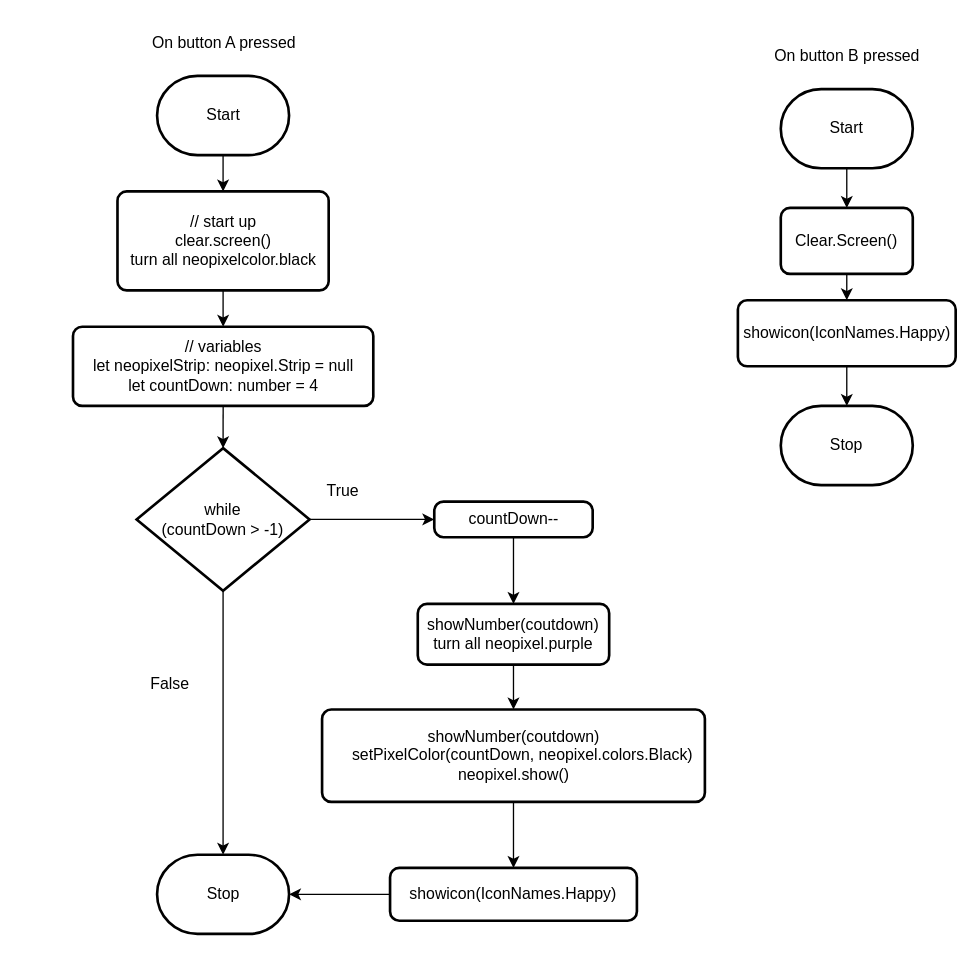
Before: design/flowchart.drawio in MTHS-TEJ2O-1-2023/TEJ2O-Unit-2-13-daki-atahwalp-antango-boad, a draw.io diagram. Source tidied: cells renumbered, new cells numbered last; positions are measured from the earlier drawing's top-left corner, leaving out a move shared by most shapes. Both pictures are drawn from the tidied source at 132%, with x=0, y=0 at pixel (73, 22).
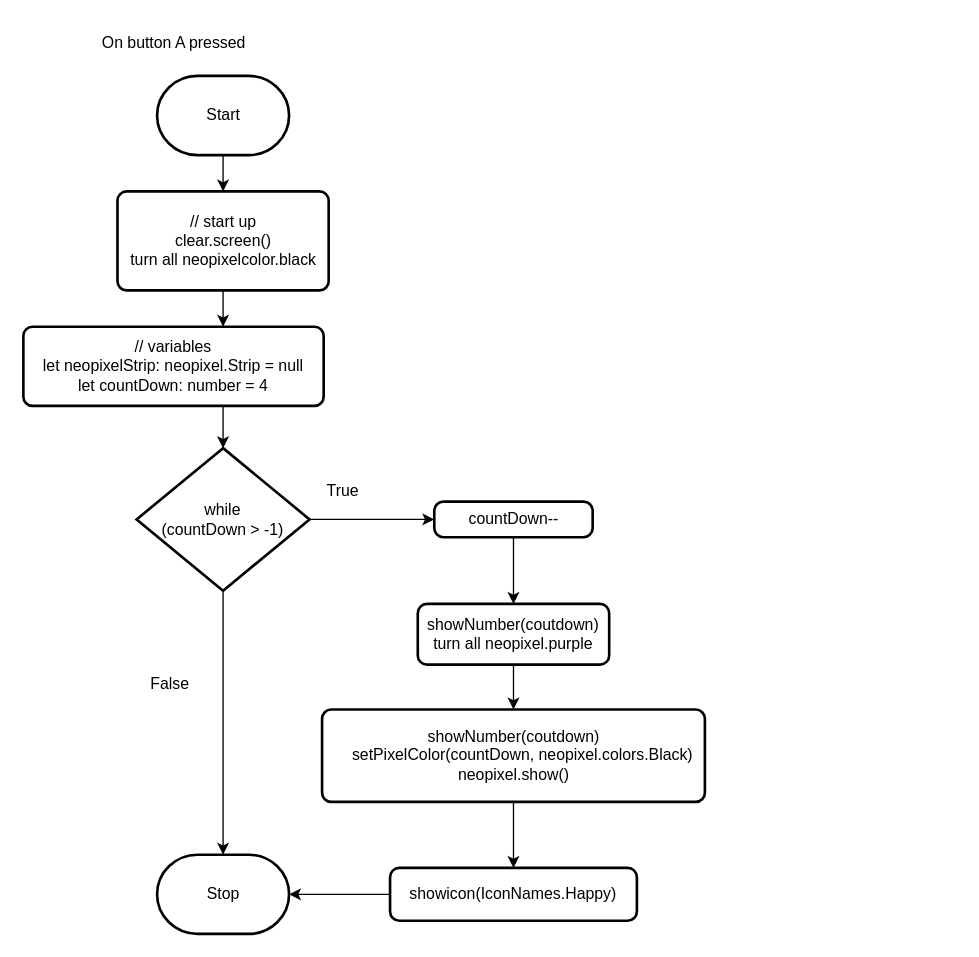
After the change.

The change refers to these unchanged cells:
```xml
<mxCell id="15" value="// start up&lt;br&gt;clear.screen()&lt;br&gt;turn all neopixelcolor.black" style="rounded=1;whiteSpace=wrap;html=1;absoluteArcSize=1;arcSize=14;strokeWidth=2;" parent="1" vertex="1">
  <mxGeometry x="33.5" y="127.5" width="160" height="75" as="geometry" />
</mxCell>
<mxCell id="20" value="while&lt;br&gt;&amp;nbsp;(countDown &amp;gt; -1)&amp;nbsp;" style="strokeWidth=2;html=1;shape=mxgraph.flowchart.decision;whiteSpace=wrap;" parent="1" vertex="1">
  <mxGeometry x="48" y="322" width="131" height="108" as="geometry" />
</mxCell>
<mxCell id="23" value="showNumber(coutdown)&lt;br&gt;turn all neopixel.purple" style="rounded=1;whiteSpace=wrap;html=1;absoluteArcSize=1;arcSize=14;strokeWidth=2;" parent="1" vertex="1">
  <mxGeometry x="261" y="440" width="145" height="46" as="geometry" />
</mxCell>
<mxCell id="25" value="showNumber(coutdown)&lt;br&gt;&amp;nbsp; &amp;nbsp; setPixelColor(countDown, neopixel.colors.Black)&lt;br&gt;neopixel.show()" style="rounded=1;whiteSpace=wrap;html=1;absoluteArcSize=1;arcSize=14;strokeWidth=2;" parent="1" vertex="1">
  <mxGeometry x="188.5" y="520" width="290" height="70" as="geometry" />
</mxCell>
```

Change to the diagram source:
```diff
@@
-    <mxCell id="5" value="On button B pressed" style="text;html=1;align=center;verticalAlign=middle;strokeColor=none;fillColor=none;" parent="1" vertex="1">
-      <mxGeometry x="521" y="10" width="130" height="30" as="geometry" />
-    </mxCell>
-    <mxCell id="6" style="edgeStyle=none;html=1;exitX=0.5;exitY=1;exitDx=0;exitDy=0;exitPerimeter=0;entryX=0.5;entryY=0;entryDx=0;entryDy=0;" parent="1" edge="1" source="7" target="9">
-      <mxGeometry relative="1" as="geometry" />
-    </mxCell>
-    <mxCell id="7" value="Start" style="strokeWidth=2;html=1;shape=mxgraph.flowchart.terminator;whiteSpace=wrap;" parent="1" vertex="1">
-      <mxGeometry x="536" y="50" width="100" height="60" as="geometry" />
-    </mxCell>
-    <mxCell id="8" style="edgeStyle=none;html=1;exitX=0.5;exitY=1;exitDx=0;exitDy=0;entryX=0.5;entryY=0;entryDx=0;entryDy=0;" parent="1" edge="1" source="9" target="11">
-      <mxGeometry relative="1" as="geometry" />
-    </mxCell>
-    <mxCell id="9" value="Clear.Screen()" style="rounded=1;whiteSpace=wrap;html=1;absoluteArcSize=1;arcSize=14;strokeWidth=2;" parent="1" vertex="1">
-      <mxGeometry x="536" y="140" width="100" height="50" as="geometry" />
-    </mxCell>
-    <mxCell id="10" style="edgeStyle=none;html=1;exitX=0.5;exitY=1;exitDx=0;exitDy=0;entryX=0.5;entryY=0;entryDx=0;entryDy=0;entryPerimeter=0;" parent="1" edge="1" source="11" target="12">
-      <mxGeometry relative="1" as="geometry" />
-    </mxCell>
-    <mxCell id="11" value="showicon(IconNames.Happy)" style="rounded=1;whiteSpace=wrap;html=1;absoluteArcSize=1;arcSize=14;strokeWidth=2;" parent="1" vertex="1">
-      <mxGeometry x="503.5" y="210" width="165" height="50" as="geometry" />
-    </mxCell>
-    <mxCell id="12" value="Stop" style="strokeWidth=2;html=1;shape=mxgraph.flowchart.terminator;whiteSpace=wrap;" parent="1" vertex="1">
-      <mxGeometry x="536" y="290" width="100" height="60" as="geometry" />
-    </mxCell>
     <mxCell id="13" value="On button A pressed" style="text;html=1;align=center;verticalAlign=middle;strokeColor=none;fillColor=none;" parent="1" vertex="1">
-      <mxGeometry x="48.5" width="130" height="30" as="geometry" />
+      <mxGeometry x="11" width="130" height="30" as="geometry" />
     </mxCell>
-    <mxCell id="14" style="edgeStyle=none;html=1;exitX=0.5;exitY=1;exitDx=0;exitDy=0;entryX=0.5;entryY=0;entryDx=0;entryDy=0;" parent="1" edge="1" source="15" target="17">
-      <mxGeometry relative="1" as="geometry" />
+    <mxCell id="14" style="edgeStyle=none;html=1;exitX=0.5;exitY=1;exitDx=0;exitDy=0;entryX=0.5;entryY=0;entryDx=0;entryDy=0;" parent="1" edge="1" source="15">
+      <mxGeometry relative="1" as="geometry">
+        <mxPoint x="113.5" y="230" as="targetPoint" />
+      </mxGeometry>
     </mxCell>
@@
-    <mxCell id="16" style="edgeStyle=none;html=1;exitX=0.5;exitY=1;exitDx=0;exitDy=0;entryX=0.5;entryY=0;entryDx=0;entryDy=0;entryPerimeter=0;" parent="1" edge="1" source="17" target="20">
-      <mxGeometry relative="1" as="geometry" />
+    <mxCell id="16" style="edgeStyle=none;html=1;exitX=0.5;exitY=1;exitDx=0;exitDy=0;entryX=0.5;entryY=0;entryDx=0;entryDy=0;entryPerimeter=0;" parent="1" edge="1" target="20">
+      <mxGeometry relative="1" as="geometry">
+        <mxPoint x="113.5" y="290" as="sourcePoint" />
+      </mxGeometry>
     </mxCell>
     <mxCell id="17" value="// variables&lt;br&gt;&lt;div&gt;let neopixelStrip: neopixel.Strip = null&lt;/div&gt;&lt;div&gt;let countDown: number = 4&lt;/div&gt;" style="rounded=1;whiteSpace=wrap;html=1;absoluteArcSize=1;arcSize=14;strokeWidth=2;" parent="1" vertex="1">
-      <mxGeometry x="-0.2" y="230" width="227.5" height="60" as="geometry" />
+      <mxGeometry x="-37.8" y="230" width="227.5" height="60" as="geometry" />
     </mxCell>
@@
-    <mxCell id="22" style="edgeStyle=none;html=1;exitX=0.5;exitY=1;exitDx=0;exitDy=0;entryX=0.5;entryY=0;entryDx=0;entryDy=0;" parent="1" edge="1" source="23" target="25">
+    <mxCell id="22" style="edgeStyle=none;html=1;entryX=0.5;entryY=0;entryDx=0;entryDy=0;" parent="1" edge="1" source="23" target="25">
       <mxGeometry relative="1" as="geometry" />
     </mxCell>
```
